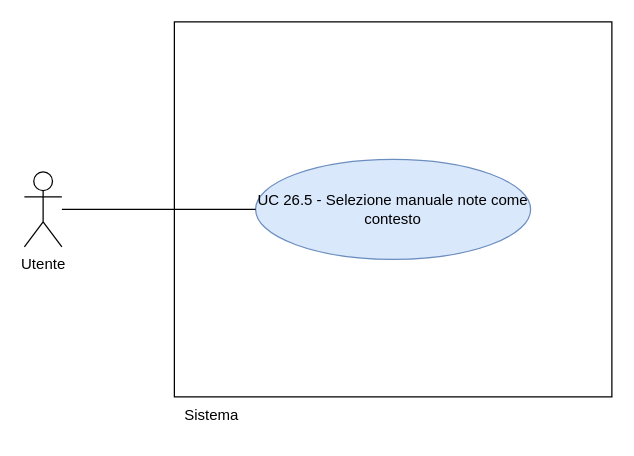
This is RTB/doc_esterna/analisi-dei-requisiti/assets/draw.io/UC26.5.drawio from thebitless-group-swe/thebitless.github.io, a draw.io file, before an edit. Source tidied: cells renumbered, new cells numbered last; positions are measured from the earlier drawing's top-left corner, leaving out a move shared by most shapes. Both pictures are drawn from the tidied source at 125%, with x=0, y=0 at pixel (24, 21).
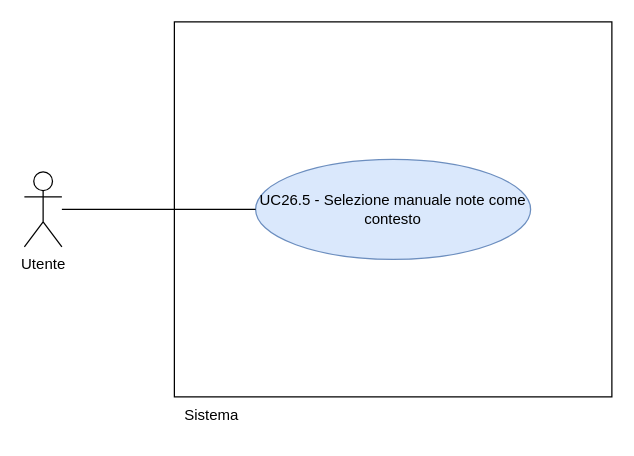
Above is the later version.

What changed in the source:
```diff
@@
 <mxGraphModel>
   <root>
     <mxCell id="0" />
     <mxCell id="1" parent="0" />
     <mxCell id="2" value="Utente" style="shape=umlActor;verticalLabelPosition=bottom;verticalAlign=top;html=1;outlineConnect=0;" parent="1" vertex="1">
       <mxGeometry y="120" width="30" height="60" as="geometry" />
     </mxCell>
     <mxCell id="3" style="whiteSpace=wrap;html=1;" parent="1" vertex="1">
       <mxGeometry x="120" width="350" height="300" as="geometry" />
     </mxCell>
     <mxCell id="4" value="Sistema" style="text;html=1;whiteSpace=wrap;strokeColor=none;fillColor=none;align=center;verticalAlign=middle;rounded=0;" parent="1" vertex="1">
       <mxGeometry x="120" y="300" width="60" height="30" as="geometry" />
     </mxCell>
-    <mxCell id="5" value="UC 26.5 - Selezione manuale note come contesto" style="ellipse;whiteSpace=wrap;html=1;fillColor=#dae8fc;strokeColor=#6c8ebf;" parent="1" vertex="1">
+    <mxCell id="5" value="UC26.5 - Selezione manuale note come contesto" style="ellipse;whiteSpace=wrap;html=1;fillColor=#dae8fc;strokeColor=#6c8ebf;" parent="1" vertex="1">
       <mxGeometry x="185" y="110" width="220" height="80" as="geometry" />
     </mxCell>
     <mxCell id="6" style="edgeStyle=none;rounded=0;jettySize=auto;html=1;endArrow=none;endFill=0;" parent="1" edge="1" source="2" target="5">
       <mxGeometry relative="1" as="geometry" />
     </mxCell>
   </root>
 </mxGraphModel>
```
